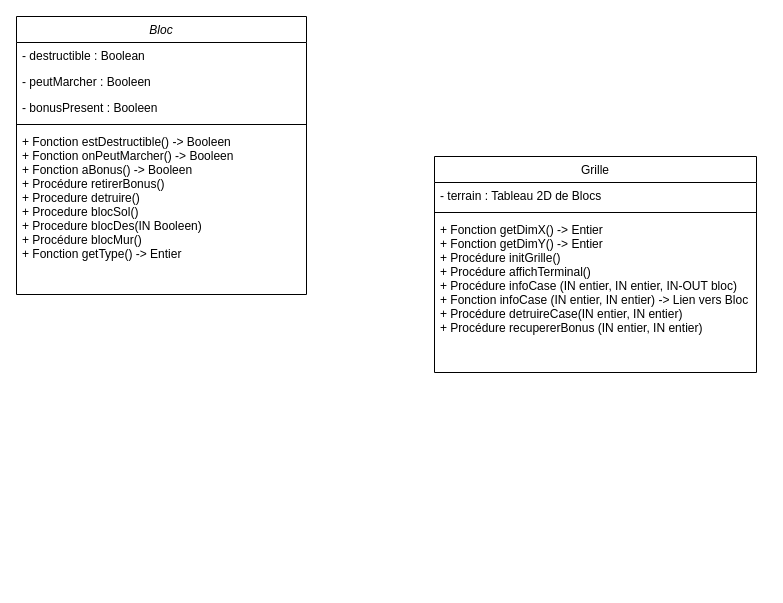
Above: Untitled Diagram.drawio in rayylb/rrjboom (draw.io), before the change. Source tidied: cells renumbered, new cells numbered last; positions are measured from the earlier drawing's top-left corner, leaving out a move shared by most shapes. Both pictures are drawn from the tidied source at 100%, with x=0, y=0 at pixel (16, 16).
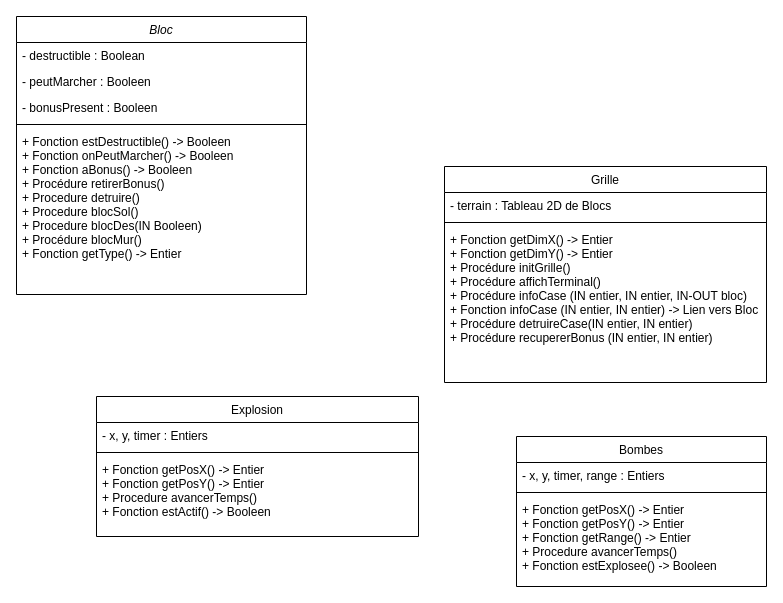
The same diagram, later.

Commit message:
fin de journée

Change to the diagram source:
```diff
@@
 <mxGraphModel>
   <root>
     <mxCell id="0" />
     <mxCell id="1" parent="0" />
     <mxCell id="2" value="Bloc" style="swimlane;fontStyle=2;align=center;verticalAlign=top;horizontal=1;startSize=26;rounded=0;shadow=0;strokeWidth=1;" parent="1" vertex="1">
       <mxGeometry width="290" height="278" as="geometry" />
     </mxCell>
     <mxCell id="3" value="- destructible : Boolean" style="text;align=left;verticalAlign=top;spacingLeft=4;spacingRight=4;overflow=hidden;" parent="2" vertex="1">
       <mxGeometry y="26" width="290" height="26" as="geometry" />
     </mxCell>
     <mxCell id="4" value="- peutMarcher : Booleen" style="text;align=left;verticalAlign=top;spacingLeft=4;spacingRight=4;overflow=hidden;rounded=0;shadow=0;html=0;" parent="2" vertex="1">
       <mxGeometry y="52" width="290" height="26" as="geometry" />
     </mxCell>
     <mxCell id="5" value="- bonusPresent : Booleen&#10;" style="text;align=left;verticalAlign=top;spacingLeft=4;spacingRight=4;overflow=hidden;rounded=0;shadow=0;html=0;" parent="2" vertex="1">
       <mxGeometry y="78" width="290" height="26" as="geometry" />
     </mxCell>
     <mxCell id="6" style="line;html=1;strokeWidth=1;align=left;verticalAlign=middle;spacingTop=-1;spacingLeft=3;spacingRight=3;labelPosition=right;" parent="2" vertex="1">
       <mxGeometry y="104" width="290" height="8" as="geometry" />
     </mxCell>
     <mxCell id="7" value="+ Fonction estDestructible() -&gt; Booleen&#10;+ Fonction onPeutMarcher() -&gt; Booleen&#10;+ Fonction aBonus() -&gt; Booleen&#10;+ Procédure retirerBonus()&#10;+ Procedure detruire()&#10;+ Procedure blocSol()&#10;+ Procedure blocDes(IN Booleen)&#10;+ Procédure blocMur() &#10;+ Fonction getType() -&gt; Entier&#10;&#10;" style="text;align=left;verticalAlign=top;spacingLeft=4;spacingRight=4;overflow=hidden;" parent="2" vertex="1">
       <mxGeometry y="112" width="290" height="158" as="geometry" />
     </mxCell>
-    <mxCell id="8" value="Grille" style="swimlane;fontStyle=0;align=center;verticalAlign=top;horizontal=1;startSize=26;rounded=0;shadow=0;strokeWidth=1;" parent="1" vertex="1">
-      <mxGeometry x="418" y="140" width="322" height="216" as="geometry" />
+    <mxCell id="8" value="Explosion&#10;" style="swimlane;fontStyle=0;align=center;verticalAlign=top;horizontal=1;startSize=26;rounded=0;shadow=0;strokeWidth=1;" parent="1" vertex="1">
+      <mxGeometry x="80" y="380" width="322" height="140" as="geometry" />
     </mxCell>
-    <mxCell id="9" value="- terrain : Tableau 2D de Blocs" style="text;align=left;verticalAlign=top;spacingLeft=4;spacingRight=4;overflow=hidden;" parent="8" vertex="1">
+    <mxCell id="9" value="- x, y, timer : Entiers&#10;" style="text;align=left;verticalAlign=top;spacingLeft=4;spacingRight=4;overflow=hidden;" parent="8" vertex="1">
       <mxGeometry y="26" width="322" height="26" as="geometry" />
     </mxCell>
     <mxCell id="10" style="line;html=1;strokeWidth=1;align=left;verticalAlign=middle;spacingTop=-1;spacingLeft=3;spacingRight=3;labelPosition=right;" parent="8" vertex="1">
       <mxGeometry y="52" width="322" height="8" as="geometry" />
     </mxCell>
-    <mxCell id="11" value="+ Fonction getDimX() -&gt; Entier&#10;+ Fonction getDimY() -&gt; Entier&#10;+ Procédure initGrille()&#10;+ Procédure affichTerminal()&#10;+ Procédure infoCase (IN entier, IN entier, IN-OUT bloc)&#10;+ Fonction infoCase (IN entier, IN entier) -&gt; Lien vers Bloc&#10;+ Procédure detruireCase(IN entier, IN entier)&#10;+ Procédure recupererBonus (IN entier, IN entier)&#10;&#10;&#10;" style="text;align=left;verticalAlign=top;spacingLeft=4;spacingRight=4;overflow=hidden;" parent="8" vertex="1">
-      <mxGeometry y="60" width="322" height="130" as="geometry" />
+    <mxCell id="11" value="+ Fonction getPosX() -&gt; Entier&#10;+ Fonction getPosY() -&gt; Entier&#10;+ Procedure avancerTemps()&#10;+ Fonction estActif() -&gt; Booleen&#10;" style="text;align=left;verticalAlign=top;spacingLeft=4;spacingRight=4;overflow=hidden;" parent="8" vertex="1">
+      <mxGeometry y="60" width="322" height="70" as="geometry" />
     </mxCell>
+    <mxCell id="12" value="Grille" style="swimlane;fontStyle=0;align=center;verticalAlign=top;horizontal=1;startSize=26;rounded=0;shadow=0;strokeWidth=1;" parent="1" vertex="1">
+      <mxGeometry x="428" y="150" width="322" height="216" as="geometry" />
+    </mxCell>
+    <mxCell id="13" value="- terrain : Tableau 2D de Blocs" style="text;align=left;verticalAlign=top;spacingLeft=4;spacingRight=4;overflow=hidden;" parent="12" vertex="1">
+      <mxGeometry y="26" width="322" height="26" as="geometry" />
+    </mxCell>
+    <mxCell id="14" style="line;html=1;strokeWidth=1;align=left;verticalAlign=middle;spacingTop=-1;spacingLeft=3;spacingRight=3;labelPosition=right;" parent="12" vertex="1">
+      <mxGeometry y="52" width="322" height="8" as="geometry" />
+    </mxCell>
+    <mxCell id="15" value="+ Fonction getDimX() -&gt; Entier&#10;+ Fonction getDimY() -&gt; Entier&#10;+ Procédure initGrille()&#10;+ Procédure affichTerminal()&#10;+ Procédure infoCase (IN entier, IN entier, IN-OUT bloc)&#10;+ Fonction infoCase (IN entier, IN entier) -&gt; Lien vers Bloc&#10;+ Procédure detruireCase(IN entier, IN entier)&#10;+ Procédure recupererBonus (IN entier, IN entier)&#10;&#10;&#10;" style="text;align=left;verticalAlign=top;spacingLeft=4;spacingRight=4;overflow=hidden;" parent="12" vertex="1">
+      <mxGeometry y="60" width="322" height="130" as="geometry" />
+    </mxCell>
+    <mxCell id="16" value="Bombes" style="swimlane;fontStyle=0;align=center;verticalAlign=top;horizontal=1;startSize=26;rounded=0;shadow=0;strokeWidth=1;" parent="1" vertex="1">
+      <mxGeometry x="500" y="420" width="250" height="150" as="geometry" />
+    </mxCell>
+    <mxCell id="17" value="- x, y, timer, range : Entiers&#10;" style="text;align=left;verticalAlign=top;spacingLeft=4;spacingRight=4;overflow=hidden;" parent="16" vertex="1">
+      <mxGeometry y="26" width="250" height="26" as="geometry" />
+    </mxCell>
+    <mxCell id="18" style="line;html=1;strokeWidth=1;align=left;verticalAlign=middle;spacingTop=-1;spacingLeft=3;spacingRight=3;labelPosition=right;" parent="16" vertex="1">
+      <mxGeometry y="52" width="250" height="8" as="geometry" />
+    </mxCell>
+    <mxCell id="19" value="+ Fonction getPosX() -&gt; Entier&#10;+ Fonction getPosY() -&gt; Entier&#10;+ Fonction getRange() -&gt; Entier&#10;+ Procedure avancerTemps()&#10;+ Fonction estExplosee() -&gt; Booleen&#10;" style="text;align=left;verticalAlign=top;spacingLeft=4;spacingRight=4;overflow=hidden;" parent="16" vertex="1">
+      <mxGeometry y="60" width="250" height="90" as="geometry" />
+    </mxCell>
   </root>
 </mxGraphModel>
```
